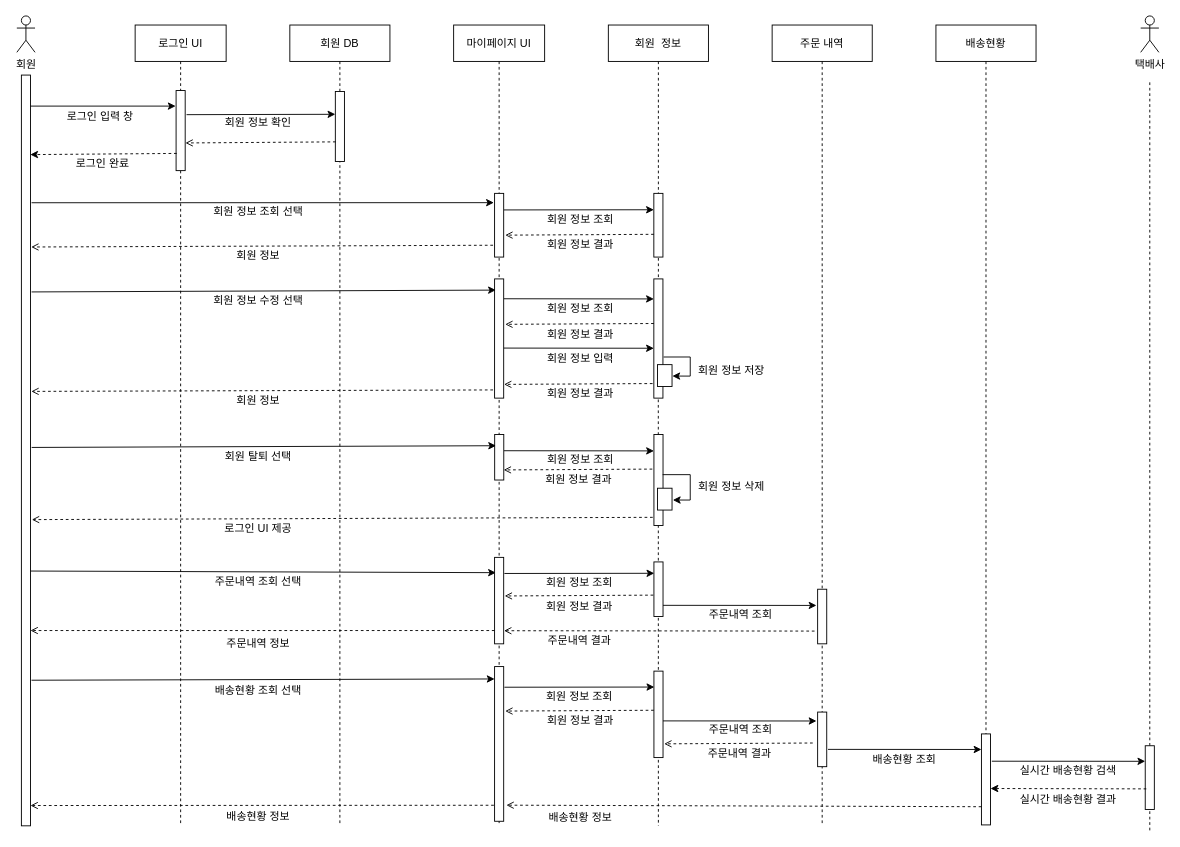
Before: Untitled Diagram.drawio in itsdam/JAVA, a draw.io diagram. Source tidied: cells renumbered, new cells numbered last; positions are measured from the earlier drawing's top-left corner, leaving out a move shared by most shapes. Both pictures are drawn from the tidied source at 91%, with x=0, y=0 at pixel (16, 15).
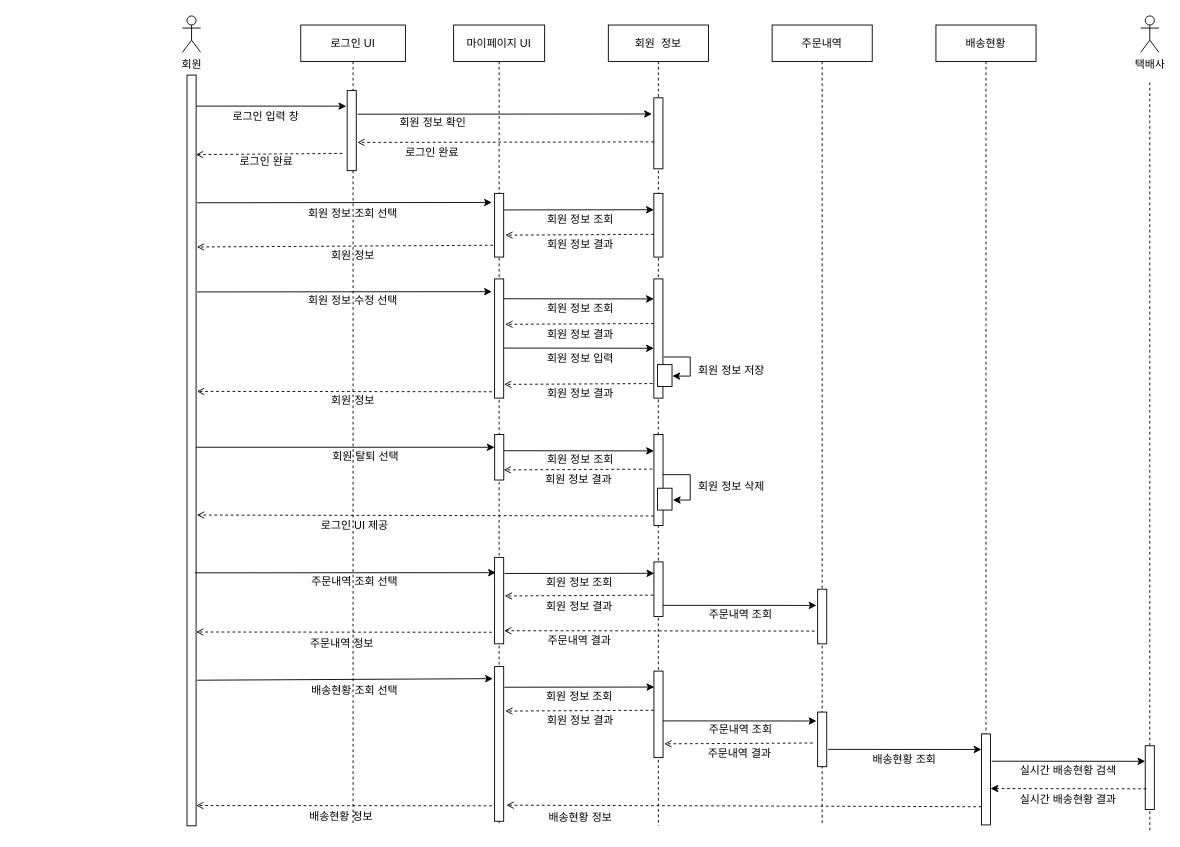
The same page after the edit.

The change refers to these unchanged cells:
```xml
<mxCell id="3" value="회원  정보" style="shape=umlLifeline;perimeter=lifelinePerimeter;rounded=0;shadow=0;strokeWidth=1;" parent="1" vertex="1">
  <mxGeometry x="650" y="10" width="110" height="280" as="geometry" />
</mxCell>
<mxCell id="11" value="마이페이지 UI" style="shape=umlLifeline;perimeter=lifelinePerimeter;rounded=0;shadow=0;strokeWidth=1;" parent="1" vertex="1">
  <mxGeometry x="480" y="10" width="100" height="880" as="geometry" />
</mxCell>
<mxCell id="15" style="points=[];perimeter=orthogonalPerimeter;rounded=0;shadow=0;strokeWidth=1;" parent="11" vertex="1">
  <mxGeometry x="45" y="585" width="10" height="95" as="geometry" />
</mxCell>
<mxCell id="61" style="points=[];perimeter=orthogonalPerimeter;rounded=0;shadow=0;strokeWidth=1;" parent="1" vertex="1">
  <mxGeometry x="700.1" y="460" width="10" height="100" as="geometry" />
</mxCell>
<mxCell id="81" style="points=[];perimeter=orthogonalPerimeter;rounded=0;shadow=0;strokeWidth=1;" parent="1" vertex="1">
  <mxGeometry x="525" y="715" width="10" height="170" as="geometry" />
</mxCell>
```

The edit, as a diff of the source:
```diff
@@
+    <mxCell id="104" style="points=[];perimeter=orthogonalPerimeter;rounded=0;shadow=0;strokeWidth=1;" parent="3" vertex="1">
+      <mxGeometry x="50" y="80" width="10" height="78" as="geometry" />
+    </mxCell>
     <mxCell id="8" value="로그인 UI" style="shape=umlLifeline;perimeter=lifelinePerimeter;rounded=0;shadow=0;strokeWidth=1;" parent="1" vertex="1">
-      <mxGeometry x="130" y="10" width="100" height="880" as="geometry" />
+      <mxGeometry x="312" y="10" width="115" height="880" as="geometry" />
     </mxCell>
     <mxCell id="9" style="points=[];perimeter=orthogonalPerimeter;rounded=0;shadow=0;strokeWidth=1;" parent="8" vertex="1">
-      <mxGeometry x="45" y="72" width="10" height="88" as="geometry" />
+      <mxGeometry x="51" y="72" width="10" height="88" as="geometry" />
     </mxCell>
@@
+    <mxCell id="46" value="회원 정보 수정 선택" style="text;html=1;align=center;verticalAlign=middle;strokeColor=none;fillColor=none;" parent="8" vertex="1">
+      <mxGeometry x="-3" y="293" width="120" height="20" as="geometry" />
+    </mxCell>
+    <mxCell id="57" value="회원 정보" style="text;html=1;align=center;verticalAlign=middle;strokeColor=none;fillColor=none;" parent="8" vertex="1">
+      <mxGeometry x="22" y="244" width="70" height="20" as="geometry" />
+    </mxCell>
+    <mxCell id="28" value="회원 정보 조회 선택" style="text;html=1;align=center;verticalAlign=middle;strokeColor=none;fillColor=none;" parent="8" vertex="1">
+      <mxGeometry x="-3" y="198" width="120" height="20" as="geometry" />
+    </mxCell>
+    <mxCell id="97" value="배송현황 정보" style="text;html=1;align=center;verticalAlign=middle;strokeColor=none;fillColor=none;" parent="8" vertex="1">
+      <mxGeometry x="-1" y="860" width="90" height="20" as="geometry" />
+    </mxCell>
+    <mxCell id="82" value="배송현황 조회 선택" style="text;html=1;align=center;verticalAlign=middle;strokeColor=none;fillColor=none;" parent="8" vertex="1">
+      <mxGeometry x="-1" y="722" width="120" height="20" as="geometry" />
+    </mxCell>
+    <mxCell id="79" value="주문내역 정보" style="text;html=1;align=center;verticalAlign=middle;strokeColor=none;fillColor=none;" parent="8" vertex="1">
+      <mxGeometry y="670" width="90" height="20" as="geometry" />
+    </mxCell>
@@
-    <mxCell id="14" style="endArrow=classic;html=1;rounded=0;exitX=1.116;exitY=0.27;exitDx=0;exitDy=0;exitPerimeter=0;entryX=0.144;entryY=0.177;entryDx=0;entryDy=0;entryPerimeter=0;" parent="11" edge="1" target="15">
-      <mxGeometry relative="1" as="geometry">
-        <mxPoint x="-470" y="600" as="sourcePoint" />
-      </mxGeometry>
-    </mxCell>
@@
+    <mxCell id="24" value="회원 정보 확인" style="text;html=1;align=center;verticalAlign=middle;strokeColor=none;fillColor=none;" parent="11" vertex="1">
+      <mxGeometry x="-68" y="98" width="90" height="20" as="geometry" />
+    </mxCell>
+    <mxCell id="105" style="endArrow=classic;html=1;rounded=0;exitX=1.5;exitY=0.075;exitDx=0;exitDy=0;exitPerimeter=0;entryX=-0.214;entryY=0.228;entryDx=0;entryDy=0;entryPerimeter=0;" parent="11" edge="1" target="104">
+      <mxGeometry relative="1" as="geometry">
+        <mxPoint x="-105.5" y="98" as="sourcePoint" />
+      </mxGeometry>
+    </mxCell>
     <mxCell id="16" value="회원" style="shape=umlActor;verticalLabelPosition=bottom;verticalAlign=top;html=1;" parent="1" vertex="1">
-      <mxGeometry width="20" height="40" as="geometry" />
+      <mxGeometry x="182" width="20" height="40" as="geometry" />
     </mxCell>
     <mxCell id="17" style="endArrow=none;dashed=1;html=1;rounded=0;" parent="1" edge="1">
       <mxGeometry relative="1" as="geometry">
-        <mxPoint x="10" y="400" as="sourcePoint" />
-        <mxPoint x="10" y="70" as="targetPoint" />
+        <mxPoint x="192" y="400" as="sourcePoint" />
+        <mxPoint x="192" y="70" as="targetPoint" />
       </mxGeometry>
     </mxCell>
     <mxCell id="18" style="points=[];perimeter=orthogonalPerimeter;rounded=0;shadow=0;strokeWidth=1;" parent="1" vertex="1">
-      <mxGeometry x="5" y="65" width="10" height="825" as="geometry" />
+      <mxGeometry x="187" y="65" width="10" height="825" as="geometry" />
     </mxCell>
-    <mxCell id="19" style="endArrow=classic;html=1;rounded=0;exitX=1.5;exitY=0.075;exitDx=0;exitDy=0;exitPerimeter=0;" parent="1" edge="1">
+    <mxCell id="19" style="endArrow=classic;html=1;rounded=0;exitX=1.5;exitY=0.075;exitDx=0;exitDy=0;exitPerimeter=0;entryX=-0.1;entryY=0.195;entryDx=0;entryDy=0;entryPerimeter=0;" parent="1" edge="1" target="9">
       <mxGeometry relative="1" as="geometry">
-        <mxPoint x="15" y="99.1" as="sourcePoint" />
-        <mxPoint x="174.5" y="99.1" as="targetPoint" />
+        <mxPoint x="197" y="99.1" as="sourcePoint" />
       </mxGeometry>
     </mxCell>
-    <mxCell id="20" value="회원 DB" style="shape=umlLifeline;perimeter=lifelinePerimeter;rounded=0;shadow=0;strokeWidth=1;" parent="1" vertex="1">
-      <mxGeometry x="300" y="10" width="110" height="880" as="geometry" />
-    </mxCell>
-    <mxCell id="21" style="perimeter=orthogonalPerimeter;rounded=0;shadow=0;strokeWidth=1;" parent="20" vertex="1">
-      <mxGeometry x="50" y="73" width="10" height="77" as="geometry" />
-    </mxCell>
-    <mxCell id="22" style="endArrow=open;html=1;rounded=0;dashed=1;endFill=0;exitX=-0.141;exitY=0.544;exitDx=0;exitDy=0;exitPerimeter=0;" parent="20" edge="1">
-      <mxGeometry relative="1" as="geometry">
-        <mxPoint x="225" y="665.4" as="sourcePoint" />
-        <mxPoint x="-285" y="665.4" as="targetPoint" />
-      </mxGeometry>
-    </mxCell>
-    <mxCell id="23" style="endArrow=classic;html=1;rounded=0;entryX=-0.044;entryY=0.196;entryDx=0;entryDy=0;entryPerimeter=0;exitX=1.102;exitY=0.188;exitDx=0;exitDy=0;exitPerimeter=0;" parent="20" edge="1">
-      <mxGeometry relative="1" as="geometry">
-        <mxPoint x="-113.5" y="98.5" as="sourcePoint" />
-        <mxPoint x="50" y="98.1" as="targetPoint" />
-      </mxGeometry>
-    </mxCell>
-    <mxCell id="24" value="회원 정보 확인" style="text;html=1;align=center;verticalAlign=middle;strokeColor=none;fillColor=none;" parent="1" vertex="1">
-      <mxGeometry x="220" y="108" width="90" height="20" as="geometry" />
-    </mxCell>
-    <mxCell id="25" style="endArrow=open;html=1;rounded=0;dashed=1;entryX=1.03;entryY=0.253;entryDx=0;entryDy=0;entryPerimeter=0;endFill=0;exitX=0.044;exitY=0.68;exitDx=0;exitDy=0;exitPerimeter=0;" parent="1" edge="1">
+    <mxCell id="25" style="endArrow=open;html=1;rounded=0;dashed=1;entryX=1.105;entryY=0.648;entryDx=0;entryDy=0;entryPerimeter=0;endFill=0;exitX=0.044;exitY=0.68;exitDx=0;exitDy=0;exitPerimeter=0;" parent="1" edge="1" target="9">
       <mxGeometry relative="1" as="geometry">
-        <mxPoint x="350.4" y="138.4" as="sourcePoint" />
-        <mxPoint x="185.3" y="139.6" as="targetPoint" />
+        <mxPoint x="700.1" y="138.4" as="sourcePoint" />
       </mxGeometry>
     </mxCell>
-    <mxCell id="26" style="endArrow=classic;html=1;rounded=0;exitX=0.065;exitY=0.242;exitDx=0;exitDy=0;exitPerimeter=0;entryX=0.975;entryY=0.234;entryDx=0;entryDy=0;entryPerimeter=0;dashed=1;endFill=1;" parent="1" edge="1">
+    <mxCell id="26" style="endArrow=open;html=1;rounded=0;exitX=0.065;exitY=0.242;exitDx=0;exitDy=0;exitPerimeter=0;entryX=0.975;entryY=0.234;entryDx=0;entryDy=0;entryPerimeter=0;dashed=1;endFill=0;" parent="1" edge="1">
       <mxGeometry relative="1" as="geometry">
-        <mxPoint x="175.7" y="151.1" as="sourcePoint" />
-        <mxPoint x="14.8" y="152.4" as="targetPoint" />
+        <mxPoint x="357.7" y="151.1" as="sourcePoint" />
+        <mxPoint x="196.8" y="152.4" as="targetPoint" />
       </mxGeometry>
     </mxCell>
-    <mxCell id="27" style="endArrow=classic;html=1;rounded=0;exitX=1.116;exitY=0.27;exitDx=0;exitDy=0;exitPerimeter=0;entryX=-0.08;entryY=0.36;entryDx=0;entryDy=0;entryPerimeter=0;" parent="1" edge="1">
+    <mxCell id="27" style="endArrow=classic;html=1;rounded=0;exitX=1.116;exitY=0.27;exitDx=0;exitDy=0;exitPerimeter=0;" parent="1" edge="1">
       <mxGeometry relative="1" as="geometry">
-        <mxPoint x="16.2" y="205.3" as="sourcePoint" />
-        <mxPoint x="524.2" y="205.2" as="targetPoint" />
+        <mxPoint x="198.2" y="205.3" as="sourcePoint" />
+        <mxPoint x="522" y="205" as="targetPoint" />
       </mxGeometry>
     </mxCell>
-    <mxCell id="28" value="회원 정보 조회 선택" style="text;html=1;align=center;verticalAlign=middle;strokeColor=none;fillColor=none;" parent="1" vertex="1">
-      <mxGeometry x="205" y="205" width="120" height="20" as="geometry" />
-    </mxCell>
     <mxCell id="29" value="로그인 완료" style="text;html=1;align=center;verticalAlign=middle;strokeColor=none;fillColor=none;" parent="1" vertex="1">
-      <mxGeometry x="54" y="152" width="80" height="20" as="geometry" />
+      <mxGeometry x="416" y="140" width="80" height="20" as="geometry" />
     </mxCell>
-    <mxCell id="30" value="주문 내역" style="shape=umlLifeline;perimeter=lifelinePerimeter;rounded=0;shadow=0;strokeWidth=1;" parent="1" vertex="1">
+    <mxCell id="30" value="주문내역" style="shape=umlLifeline;perimeter=lifelinePerimeter;rounded=0;shadow=0;strokeWidth=1;" parent="1" vertex="1">
       <mxGeometry x="830" y="10" width="110" height="880" as="geometry" />
     </mxCell>
@@
-    <mxCell id="45" style="endArrow=classic;html=1;rounded=0;exitX=1.116;exitY=0.27;exitDx=0;exitDy=0;exitPerimeter=0;entryX=0.144;entryY=0.178;entryDx=0;entryDy=0;entryPerimeter=0;" parent="1" edge="1">
+    <mxCell id="45" style="endArrow=classic;html=1;rounded=0;exitX=1.116;exitY=0.27;exitDx=0;exitDy=0;exitPerimeter=0;" parent="1" edge="1">
       <mxGeometry relative="1" as="geometry">
-        <mxPoint x="16.2" y="303.3" as="sourcePoint" />
-        <mxPoint x="526.4" y="301.3" as="targetPoint" />
+        <mxPoint x="198.2" y="303.3" as="sourcePoint" />
+        <mxPoint x="522" y="303" as="targetPoint" />
       </mxGeometry>
     </mxCell>
-    <mxCell id="46" value="회원 정보 수정 선택" style="text;html=1;align=center;verticalAlign=middle;strokeColor=none;fillColor=none;" parent="1" vertex="1">
-      <mxGeometry x="205" y="303" width="120" height="20" as="geometry" />
-    </mxCell>
@@
-    <mxCell id="57" value="회원 정보" style="text;html=1;align=center;verticalAlign=middle;strokeColor=none;fillColor=none;" parent="1" vertex="1">
-      <mxGeometry x="230" y="254" width="70" height="20" as="geometry" />
-    </mxCell>
-    <mxCell id="58" style="endArrow=open;html=1;rounded=0;dashed=1;endFill=0;exitX=-0.141;exitY=0.544;exitDx=0;exitDy=0;exitPerimeter=0;entryX=1.086;entryY=0.328;entryDx=0;entryDy=0;entryPerimeter=0;" parent="1" edge="1">
+    <mxCell id="58" style="endArrow=open;html=1;rounded=0;dashed=1;endFill=0;entryX=1.086;entryY=0.328;entryDx=0;entryDy=0;entryPerimeter=0;" parent="1" edge="1">
       <mxGeometry relative="1" as="geometry">
-        <mxPoint x="523.3" y="411" as="sourcePoint" />
-        <mxPoint x="15.9" y="412.6" as="targetPoint" />
+        <mxPoint x="522" y="413" as="sourcePoint" />
+        <mxPoint x="197.9" y="412.6" as="targetPoint" />
       </mxGeometry>
     </mxCell>
@@
     <mxCell id="60" value="회원 정보" style="text;html=1;align=center;verticalAlign=middle;strokeColor=none;fillColor=none;" parent="1" vertex="1">
-      <mxGeometry x="230" y="413" width="70" height="20" as="geometry" />
+      <mxGeometry x="334" y="413" width="70" height="20" as="geometry" />
     </mxCell>
@@
-    <mxCell id="63" style="endArrow=classic;html=1;rounded=0;exitX=1.116;exitY=0.27;exitDx=0;exitDy=0;exitPerimeter=0;entryX=0.144;entryY=0.178;entryDx=0;entryDy=0;entryPerimeter=0;" parent="1" edge="1">
+    <mxCell id="63" style="endArrow=classic;html=1;rounded=0;" parent="1" edge="1" source="18">
       <mxGeometry relative="1" as="geometry">
-        <mxPoint x="16.3" y="474.2" as="sourcePoint" />
-        <mxPoint x="526.6" y="472.3" as="targetPoint" />
+        <mxPoint x="525" y="474" as="targetPoint" />
       </mxGeometry>
     </mxCell>
     <mxCell id="64" value="회원 탈퇴 선택" style="text;html=1;align=center;verticalAlign=middle;strokeColor=none;fillColor=none;" parent="1" vertex="1">
-      <mxGeometry x="220.1" y="474" width="90" height="20" as="geometry" />
+      <mxGeometry x="338.1" y="474" width="90" height="20" as="geometry" />
     </mxCell>
@@
-    <mxCell id="69" style="endArrow=open;html=1;rounded=0;dashed=1;entryX=1.151;entryY=0.586;entryDx=0;entryDy=0;entryPerimeter=0;endFill=0;exitX=-0.141;exitY=0.544;exitDx=0;exitDy=0;exitPerimeter=0;" parent="1" edge="1">
-      <mxGeometry relative="1" as="geometry">
-        <mxPoint x="698.8" y="551" as="sourcePoint" />
-        <mxPoint x="16.5" y="553.5" as="targetPoint" />
-      </mxGeometry>
+    <mxCell id="69" style="endArrow=open;html=1;rounded=0;dashed=1;endFill=0;exitX=-0.003;exitY=0.895;exitDx=0;exitDy=0;exitPerimeter=0;entryX=1.081;entryY=0.586;entryDx=0;entryDy=0;entryPerimeter=0;" parent="1" edge="1" source="61" target="18">
+      <mxGeometry relative="1" as="geometry" />
     </mxCell>
@@
     <mxCell id="71" value="로그인 UI 제공" style="text;html=1;align=center;verticalAlign=middle;strokeColor=none;fillColor=none;" parent="1" vertex="1">
-      <mxGeometry x="220" y="554" width="90" height="20" as="geometry" />
+      <mxGeometry x="326" y="550" width="90" height="20" as="geometry" />
     </mxCell>
     <mxCell id="72" value="주문내역 조회 선택" style="text;html=1;align=center;verticalAlign=middle;strokeColor=none;fillColor=none;" parent="1" vertex="1">
-      <mxGeometry x="205.1" y="612" width="120" height="20" as="geometry" />
+      <mxGeometry x="311.1" y="612" width="120" height="20" as="geometry" />
     </mxCell>
@@
-    <mxCell id="79" value="주문내역 정보" style="text;html=1;align=center;verticalAlign=middle;strokeColor=none;fillColor=none;" parent="1" vertex="1">
-      <mxGeometry x="220" y="680" width="90" height="20" as="geometry" />
-    </mxCell>
-    <mxCell id="80" style="endArrow=classic;html=1;rounded=0;entryX=-0.199;entryY=0.195;entryDx=0;entryDy=0;entryPerimeter=0;exitX=1.111;exitY=0.8;exitDx=0;exitDy=0;exitPerimeter=0;" parent="1" edge="1">
+    <mxCell id="80" style="endArrow=classic;html=1;rounded=0;entryX=-0.189;entryY=0.078;entryDx=0;entryDy=0;entryPerimeter=0;exitX=1.111;exitY=0.8;exitDx=0;exitDy=0;exitPerimeter=0;" parent="1" edge="1" target="81">
       <mxGeometry relative="1" as="geometry">
-        <mxPoint x="16.1" y="730" as="sourcePoint" />
-        <mxPoint x="525" y="728.6" as="targetPoint" />
+        <mxPoint x="198.1" y="730" as="sourcePoint" />
       </mxGeometry>
     </mxCell>
@@
-    <mxCell id="82" value="배송현황 조회 선택" style="text;html=1;align=center;verticalAlign=middle;strokeColor=none;fillColor=none;" parent="1" vertex="1">
-      <mxGeometry x="205.1" y="732" width="120" height="20" as="geometry" />
-    </mxCell>
@@
-    <mxCell id="96" style="endArrow=open;html=1;rounded=0;dashed=1;endFill=0;exitX=-0.141;exitY=0.544;exitDx=0;exitDy=0;exitPerimeter=0;entryX=1.081;entryY=0.692;entryDx=0;entryDy=0;entryPerimeter=0;" parent="1" edge="1">
+    <mxCell id="96" style="endArrow=open;html=1;rounded=0;dashed=1;endFill=0;entryX=1.081;entryY=0.692;entryDx=0;entryDy=0;entryPerimeter=0;" parent="1" edge="1">
       <mxGeometry relative="1" as="geometry">
-        <mxPoint x="524.2" y="867.4" as="sourcePoint" />
-        <mxPoint x="15" y="867.7" as="targetPoint" />
+        <mxPoint x="522" y="868" as="sourcePoint" />
+        <mxPoint x="197" y="867.7" as="targetPoint" />
       </mxGeometry>
     </mxCell>
-    <mxCell id="97" value="배송현황 정보" style="text;html=1;align=center;verticalAlign=middle;strokeColor=none;fillColor=none;" parent="1" vertex="1">
-      <mxGeometry x="220" y="870" width="90" height="20" as="geometry" />
-    </mxCell>
@@
+    <mxCell id="14" style="endArrow=classic;html=1;rounded=0;exitX=0.879;exitY=0.663;exitDx=0;exitDy=0;exitPerimeter=0;entryX=0.144;entryY=0.177;entryDx=0;entryDy=0;entryPerimeter=0;" parent="1" edge="1" source="18" target="15">
+      <mxGeometry relative="1" as="geometry" />
+    </mxCell>
+    <mxCell id="106" style="endArrow=open;html=1;rounded=0;dashed=1;endFill=0;entryX=1.081;entryY=0.692;entryDx=0;entryDy=0;entryPerimeter=0;" parent="1" edge="1">
+      <mxGeometry relative="1" as="geometry">
+        <mxPoint x="522" y="677.3" as="sourcePoint" />
+        <mxPoint x="197" y="677" as="targetPoint" />
+      </mxGeometry>
+    </mxCell>
+    <mxCell id="107" value="로그인 완료" style="text;html=1;align=center;verticalAlign=middle;strokeColor=none;fillColor=none;" parent="1" vertex="1">
+      <mxGeometry x="234" y="150" width="80" height="20" as="geometry" />
+    </mxCell>
```
